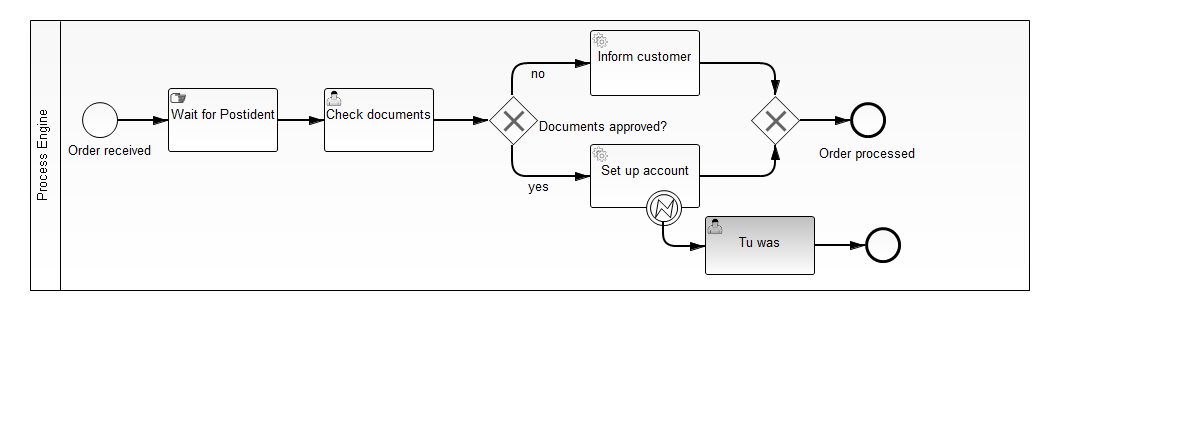
camunda-consulting/camunda-7-code-examples keeps this BPMN diagram as bank-account-opening-error-handling/src/main/resources/open-account-errorhandling.png. Above is the earlier version. Its source is kept beside it as bank-account-opening-error-handling/src/main/resources/open-account-errorhandling.bpmn. Ids are renumbered.
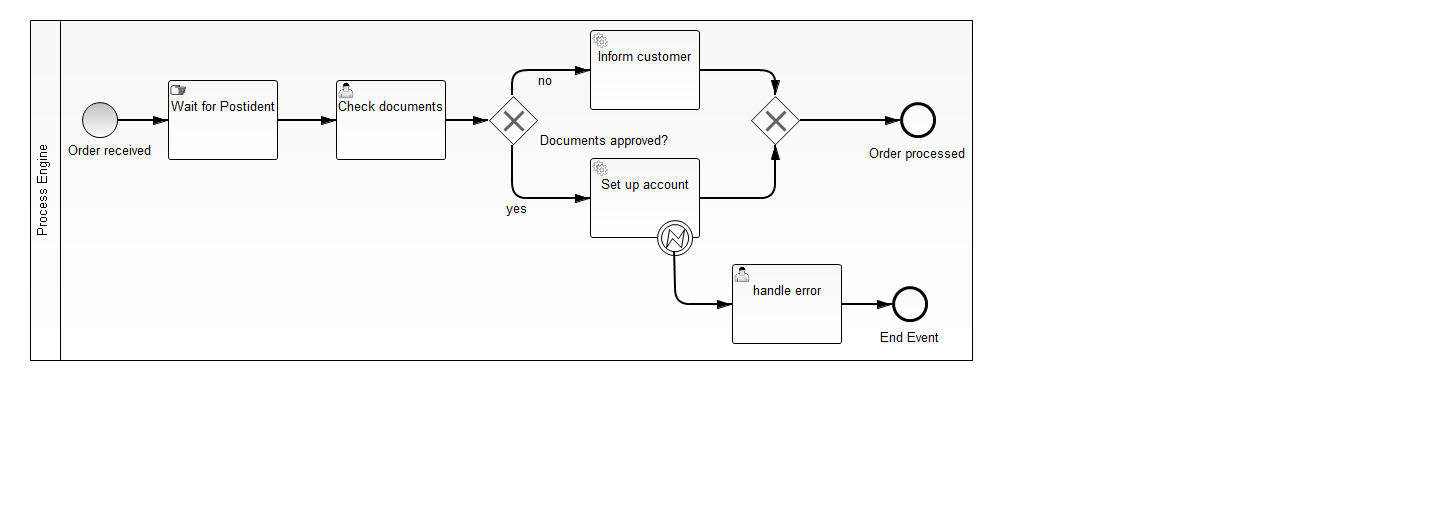
Above is the later version.

What changed in the source:
```diff
@@ -3,7 +3,7 @@
     <bpmn2:participant id="process_engine" name="Process Engine" processRef="open-account-errorhandling"/>
   </bpmn2:collaboration>
   <bpmn2:process id="open-account-errorhandling" name="Open Account with Error Handling" isExecutable="true">
-    <bpmn2:startEvent id="order_received" activiti:formKey="app:apply-for-new-bank-account.jsf" name="Order received">
+    <bpmn2:startEvent id="order_received" activiti:formKey="embedded:app:apply-for-new-bank-account.html" name="Order received">
       <bpmn2:outgoing>SequenceFlow_1</bpmn2:outgoing>
     </bpmn2:startEvent>
     <bpmn2:manualTask id="wait_for_postident" name="Wait for Postident">
@@ -11,7 +11,7 @@
       <bpmn2:outgoing>SequenceFlow_2</bpmn2:outgoing>
     </bpmn2:manualTask>
     <bpmn2:sequenceFlow id="SequenceFlow_1" sourceRef="order_received" targetRef="wait_for_postident"/>
-    <bpmn2:userTask id="check_documents" activiti:assignee="demo" activiti:formKey="app:check-documents.jsf" name="Check documents">
+    <bpmn2:userTask id="check_documents" activiti:assignee="demo" activiti:formKey="embedded:app:check-documents.html" name="Check documents">
       <bpmn2:incoming>SequenceFlow_2</bpmn2:incoming>
       <bpmn2:outgoing>SequenceFlow_3</bpmn2:outgoing>
     </bpmn2:userTask>
@@ -27,7 +27,7 @@
     </bpmn2:sequenceFlow>
     <bpmn2:serviceTask id="inform_customer" activiti:delegateExpression="#{customerNotificationDelegate}" activiti:async="true" name="Inform customer" implementation="##unspecified">
       <bpmn2:extensionElements>
-        <fox:failedJobRetryTimeCycle xsi:type="xsd:anyType">R5/PT10S</fox:failedJobRetryTimeCycle>
+        <fox:failedJobRetryTimeCycle xsi:type="xsd:anyType">R3/PT30S</fox:failedJobRetryTimeCycle>
       </bpmn2:extensionElements>
       <bpmn2:incoming>SequenceFlow_5</bpmn2:incoming>
       <bpmn2:outgoing>SequenceFlow_8</bpmn2:outgoing>
@@ -54,31 +54,30 @@
       <bpmn2:outgoing>SequenceFlow_4</bpmn2:outgoing>
       <bpmn2:errorEventDefinition id="ErrorEventDefinition_1" errorRef="duplicateApplicationError"/>
     </bpmn2:boundaryEvent>
-    <bpmn2:userTask id="UserTask_1" activiti:assignee="demo" name="Tu was">
+    <bpmn2:userTask id="user-task-handle-error" activiti:assignee="demo" activiti:formKey="embedded:app:handle-duplicate.html" name="handle error">
       <bpmn2:incoming>SequenceFlow_4</bpmn2:incoming>
       <bpmn2:outgoing>SequenceFlow_10</bpmn2:outgoing>
     </bpmn2:userTask>
-    <bpmn2:sequenceFlow id="SequenceFlow_4" name="" sourceRef="BoundaryEvent_1" targetRef="UserTask_1"/>
-    <bpmn2:endEvent id="EndEvent_1">
+    <bpmn2:sequenceFlow id="SequenceFlow_4" name="" sourceRef="BoundaryEvent_1" targetRef="user-task-handle-error"/>
+    <bpmn2:endEvent id="EndEvent_1" name="End Event">
       <bpmn2:incoming>SequenceFlow_10</bpmn2:incoming>
     </bpmn2:endEvent>
-    <bpmn2:sequenceFlow id="SequenceFlow_10" sourceRef="UserTask_1" targetRef="EndEvent_1"/>
+    <bpmn2:sequenceFlow id="SequenceFlow_10" sourceRef="user-task-handle-error" targetRef="EndEvent_1"/>
   </bpmn2:process>
   <bpmn2:error id="duplicateApplicationError" errorCode="duplicateApplication" name="Duplicate Application Error"/>
-  <bpmn2:error id="xxx" errorCode="xxx" name="Duplicate Application Error"/>
   <bpmndi:BPMNDiagram id="BPMNDiagram_1" name="Default Collaboration Diagram">
     <bpmndi:BPMNPlane id="BPMNPlane_1" bpmnElement="Collaboration_1">
       <bpmndi:BPMNShape id="BPMNShape_1" bpmnElement="process_engine" isHorizontal="true">
-        <dc:Bounds height="271.0" width="1000.0" x="30.0" y="20.0"/>
+        <dc:Bounds height="341.0" width="943.0" x="30.0" y="20.0"/>
       </bpmndi:BPMNShape>
       <bpmndi:BPMNShape id="BPMNShape_StartEvent_1" bpmnElement="order_received">
         <dc:Bounds height="36.0" width="36.0" x="82.0" y="102.0"/>
         <bpmndi:BPMNLabel id="BPMNLabel_1">
-          <dc:Bounds height="22.0" width="101.0" x="60.0" y="140.0"/>
+          <dc:Bounds height="22.0" width="89.0" x="66.0" y="140.0"/>
         </bpmndi:BPMNLabel>
       </bpmndi:BPMNShape>
       <bpmndi:BPMNShape id="BPMNShape_ReceiveTask_1" bpmnElement="wait_for_postident">
-        <dc:Bounds height="64.0" width="110.0" x="168.0" y="88.0"/>
+        <dc:Bounds height="80.0" width="110.0" x="168.0" y="80.0"/>
       </bpmndi:BPMNShape>
       <bpmndi:BPMNEdge id="BPMNEdge_SequenceFlow_1" bpmnElement="SequenceFlow_1" sourceElement="BPMNShape_StartEvent_1" targetElement="BPMNShape_ReceiveTask_1">
         <di:waypoint xsi:type="dc:Point" x="118.0" y="120.0"/>
@@ -88,11 +87,11 @@
         </bpmndi:BPMNLabel>
       </bpmndi:BPMNEdge>
       <bpmndi:BPMNShape id="BPMNShape_UserTask_1" bpmnElement="check_documents">
-        <dc:Bounds height="64.0" width="110.0" x="324.0" y="88.0"/>
+        <dc:Bounds height="80.0" width="110.0" x="336.0" y="80.0"/>
       </bpmndi:BPMNShape>
       <bpmndi:BPMNEdge id="BPMNEdge_SequenceFlow_2" bpmnElement="SequenceFlow_2" sourceElement="BPMNShape_ReceiveTask_1" targetElement="BPMNShape_UserTask_1">
         <di:waypoint xsi:type="dc:Point" x="278.0" y="120.0"/>
-        <di:waypoint xsi:type="dc:Point" x="324.0" y="120.0"/>
+        <di:waypoint xsi:type="dc:Point" x="336.0" y="120.0"/>
         <bpmndi:BPMNLabel>
           <dc:Bounds height="0.0" width="0.0" x="303.0" y="120.0"/>
         </bpmndi:BPMNLabel>
@@ -100,88 +99,90 @@
       <bpmndi:BPMNShape id="BPMNShape_ExclusiveGateway_1" bpmnElement="documents_approved_gateway" isMarkerVisible="true">
         <dc:Bounds height="50.0" width="50.0" x="488.0" y="95.0"/>
         <bpmndi:BPMNLabel id="BPMNLabel_2">
-          <dc:Bounds height="22.0" width="134.0" x="537.0" y="116.0"/>
+          <dc:Bounds height="22.0" width="134.0" x="538.0" y="130.0"/>
         </bpmndi:BPMNLabel>
       </bpmndi:BPMNShape>
       <bpmndi:BPMNEdge id="BPMNEdge_SequenceFlow_3" bpmnElement="SequenceFlow_3" sourceElement="BPMNShape_UserTask_1" targetElement="BPMNShape_ExclusiveGateway_1">
-        <di:waypoint xsi:type="dc:Point" x="434.0" y="120.0"/>
+        <di:waypoint xsi:type="dc:Point" x="446.0" y="120.0"/>
         <di:waypoint xsi:type="dc:Point" x="488.0" y="120.0"/>
         <bpmndi:BPMNLabel>
-          <dc:Bounds height="0.0" width="0.0" x="459.0" y="120.0"/>
+          <dc:Bounds height="0.0" width="0.0" x="471.0" y="120.0"/>
         </bpmndi:BPMNLabel>
       </bpmndi:BPMNEdge>
       <bpmndi:BPMNShape id="BPMNShape_ServiceTask_1" bpmnElement="inform_customer">
-        <dc:Bounds height="66.0" width="110.0" x="590.0" y="30.0"/>
+        <dc:Bounds height="80.0" width="110.0" x="590.0" y="30.0"/>
       </bpmndi:BPMNShape>
       <bpmndi:BPMNEdge id="BPMNEdge_SequenceFlow_5" bpmnElement="SequenceFlow_5" sourceElement="BPMNShape_ExclusiveGateway_1" targetElement="BPMNShape_ServiceTask_1">
         <di:waypoint xsi:type="dc:Point" x="513.0" y="95.0"/>
-        <di:waypoint xsi:type="dc:Point" x="512.0" y="63.0"/>
-        <di:waypoint xsi:type="dc:Point" x="590.0" y="63.0"/>
+        <di:waypoint xsi:type="dc:Point" x="512.0" y="70.0"/>
+        <di:waypoint xsi:type="dc:Point" x="590.0" y="70.0"/>
         <bpmndi:BPMNLabel>
-          <dc:Bounds height="22.0" width="20.0" x="529.0" y="63.0"/>
+          <dc:Bounds height="22.0" width="20.0" x="536.0" y="70.0"/>
         </bpmndi:BPMNLabel>
       </bpmndi:BPMNEdge>
       <bpmndi:BPMNShape id="BPMNShape_ServiceTask_2" bpmnElement="set_up_account">
-        <dc:Bounds height="64.0" width="110.0" x="590.0" y="144.0"/>
+        <dc:Bounds height="80.0" width="110.0" x="590.0" y="158.0"/>
       </bpmndi:BPMNShape>
       <bpmndi:BPMNEdge id="BPMNEdge_SequenceFlow_6" bpmnElement="SequenceFlow_6" sourceElement="BPMNShape_ExclusiveGateway_1" targetElement="BPMNShape_ServiceTask_2">
         <di:waypoint xsi:type="dc:Point" x="513.0" y="145.0"/>
-        <di:waypoint xsi:type="dc:Point" x="512.0" y="176.0"/>
-        <di:waypoint xsi:type="dc:Point" x="590.0" y="176.0"/>
+        <di:waypoint xsi:type="dc:Point" x="512.0" y="198.0"/>
+        <di:waypoint xsi:type="dc:Point" x="590.0" y="198.0"/>
         <bpmndi:BPMNLabel>
-          <dc:Bounds height="22.0" width="27.0" x="526.0" y="176.0"/>
+          <dc:Bounds height="22.0" width="27.0" x="504.0" y="198.0"/>
         </bpmndi:BPMNLabel>
       </bpmndi:BPMNEdge>
       <bpmndi:BPMNShape id="BPMNShape_ExclusiveGateway_2" bpmnElement="merging_gateway_1" isMarkerVisible="true">
         <dc:Bounds height="50.0" width="50.0" x="750.0" y="95.0"/>
+        <bpmndi:BPMNLabel>
+          <dc:Bounds height="0.0" width="0.0" x="775.0" y="150.0"/>
+        </bpmndi:BPMNLabel>
       </bpmndi:BPMNShape>
       <bpmndi:BPMNEdge id="BPMNEdge_SequenceFlow_7" bpmnElement="SequenceFlow_7" sourceElement="BPMNShape_ServiceTask_2" targetElement="BPMNShape_ExclusiveGateway_2">
-        <di:waypoint xsi:type="dc:Point" x="700.0" y="176.0"/>
-        <di:waypoint xsi:type="dc:Point" x="775.0" y="176.0"/>
+        <di:waypoint xsi:type="dc:Point" x="700.0" y="198.0"/>
+        <di:waypoint xsi:type="dc:Point" x="775.0" y="198.0"/>
         <di:waypoint xsi:type="dc:Point" x="775.0" y="145.0"/>
         <bpmndi:BPMNLabel>
-          <dc:Bounds height="0.0" width="0.0" x="757.0" y="176.0"/>
+          <dc:Bounds height="0.0" width="0.0" x="757.0" y="198.0"/>
         </bpmndi:BPMNLabel>
       </bpmndi:BPMNEdge>
       <bpmndi:BPMNEdge id="BPMNEdge_SequenceFlow_8" bpmnElement="SequenceFlow_8" sourceElement="BPMNShape_ServiceTask_1" targetElement="BPMNShape_ExclusiveGateway_2">
-        <di:waypoint xsi:type="dc:Point" x="700.0" y="63.0"/>
-        <di:waypoint xsi:type="dc:Point" x="775.0" y="63.0"/>
+        <di:waypoint xsi:type="dc:Point" x="700.0" y="70.0"/>
+        <di:waypoint xsi:type="dc:Point" x="775.0" y="70.0"/>
         <di:waypoint xsi:type="dc:Point" x="775.0" y="95.0"/>
         <bpmndi:BPMNLabel>
-          <dc:Bounds height="6.0" width="6.0" x="755.0" y="63.0"/>
+          <dc:Bounds height="6.0" width="6.0" x="755.0" y="70.0"/>
         </bpmndi:BPMNLabel>
       </bpmndi:BPMNEdge>
       <bpmndi:BPMNShape id="BPMNShape_EndEvent_1" bpmnElement="order_processed">
-        <dc:Bounds height="36.0" width="36.0" x="850.0" y="102.0"/>
+        <dc:Bounds height="36.0" width="36.0" x="900.0" y="102.0"/>
+        <bpmndi:BPMNLabel>
+          <dc:Bounds height="22.0" width="102.0" x="867.0" y="143.0"/>
+        </bpmndi:BPMNLabel>
       </bpmndi:BPMNShape>
       <bpmndi:BPMNEdge id="BPMNEdge_SequenceFlow_9" bpmnElement="SequenceFlow_9" sourceElement="BPMNShape_ExclusiveGateway_2" targetElement="BPMNShape_EndEvent_1">
-        <di:waypoint xsi:type="dc:Point" x="801.0" y="120.0"/>
-        <di:waypoint xsi:type="dc:Point" x="850.0" y="120.0"/>
-      </bpmndi:BPMNEdge>
-      <bpmndi:BPMNShape id="_BPMNShape_BoundaryEvent_9" bpmnElement="BoundaryEvent_1">
-        <dc:Bounds height="36.0" width="36.0" x="646.0" y="190.0"/>
+        <di:waypoint xsi:type="dc:Point" x="800.0" y="120.0"/>
+        <di:waypoint xsi:type="dc:Point" x="900.0" y="120.0"/>
         <bpmndi:BPMNLabel>
-          <dc:Bounds height="6.0" width="6.0" x="661.0" y="231.0"/>
-        </bpmndi:BPMNLabel>
-      </bpmndi:BPMNShape>
-      <bpmndi:BPMNShape id="_BPMNShape_UserTask_10" bpmnElement="UserTask_1">
-        <dc:Bounds height="59.0" width="110.0" x="705.0" y="216.0"/>
-      </bpmndi:BPMNShape>
-      <bpmndi:BPMNEdge id="BPMNEdge_SequenceFlow_4" bpmnElement="SequenceFlow_4" sourceElement="_BPMNShape_BoundaryEvent_9" targetElement="_BPMNShape_UserTask_10">
-        <di:waypoint xsi:type="dc:Point" x="664.0" y="226.0"/>
-        <di:waypoint xsi:type="dc:Point" x="663.0" y="246.0"/>
-        <di:waypoint xsi:type="dc:Point" x="692.0" y="246.0"/>
-        <di:waypoint xsi:type="dc:Point" x="705.0" y="246.0"/>
-        <bpmndi:BPMNLabel>
-          <dc:Bounds height="6.0" width="6.0" x="675.0" y="246.0"/>
+          <dc:Bounds height="0.0" width="0.0" x="825.0" y="120.0"/>
         </bpmndi:BPMNLabel>
       </bpmndi:BPMNEdge>
-      <bpmndi:BPMNShape id="_BPMNShape_EndEvent_2" bpmnElement="EndEvent_1">
-        <dc:Bounds height="36.0" width="36.0" x="865.0" y="227.0"/>
+      <bpmndi:BPMNShape id="_BPMNShape_BoundaryEvent_11" bpmnElement="BoundaryEvent_1">
+        <dc:Bounds height="36.0" width="36.0" x="657.0" y="220.0"/>
       </bpmndi:BPMNShape>
-      <bpmndi:BPMNEdge id="BPMNEdge_SequenceFlow_10" bpmnElement="SequenceFlow_10" sourceElement="_BPMNShape_UserTask_10" targetElement="_BPMNShape_EndEvent_2">
-        <di:waypoint xsi:type="dc:Point" x="815.0" y="245.0"/>
-        <di:waypoint xsi:type="dc:Point" x="865.0" y="245.0"/>
+      <bpmndi:BPMNShape id="_BPMNShape_UserTask_16" bpmnElement="user-task-handle-error">
+        <dc:Bounds height="80.0" width="110.0" x="732.0" y="264.0"/>
+      </bpmndi:BPMNShape>
+      <bpmndi:BPMNEdge id="BPMNEdge_SequenceFlow_4" bpmnElement="SequenceFlow_4" sourceElement="_BPMNShape_BoundaryEvent_11" targetElement="_BPMNShape_UserTask_16">
+        <di:waypoint xsi:type="dc:Point" x="675.0" y="256.0"/>
+        <di:waypoint xsi:type="dc:Point" x="675.0" y="304.0"/>
+        <di:waypoint xsi:type="dc:Point" x="732.0" y="304.0"/>
+      </bpmndi:BPMNEdge>
+      <bpmndi:BPMNShape id="_BPMNShape_EndEvent_10" bpmnElement="EndEvent_1">
+        <dc:Bounds height="36.0" width="36.0" x="892.0" y="286.0"/>
+      </bpmndi:BPMNShape>
+      <bpmndi:BPMNEdge id="BPMNEdge_SequenceFlow_10" bpmnElement="SequenceFlow_10" sourceElement="_BPMNShape_UserTask_16" targetElement="_BPMNShape_EndEvent_10">
+        <di:waypoint xsi:type="dc:Point" x="842.0" y="304.0"/>
+        <di:waypoint xsi:type="dc:Point" x="892.0" y="304.0"/>
       </bpmndi:BPMNEdge>
     </bpmndi:BPMNPlane>
   </bpmndi:BPMNDiagram>
```
